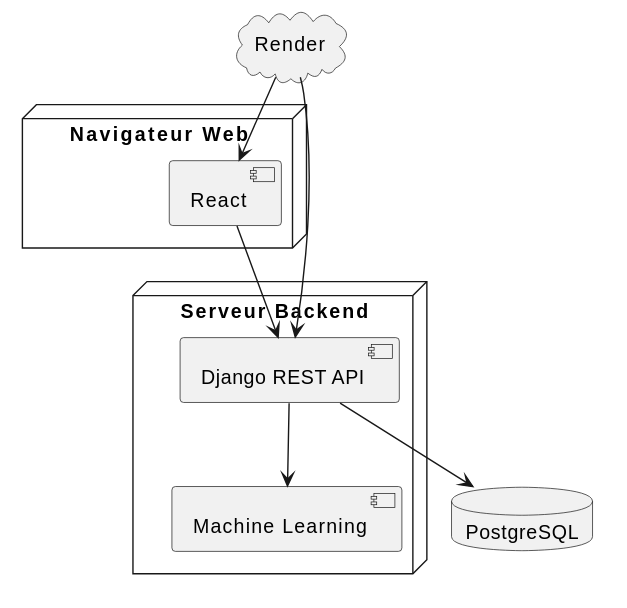
Above: docs/conception/uml/deployment.svg in dlouisesophie-debug/plateforme-fraude-bancaire (PlantUML), before the change.
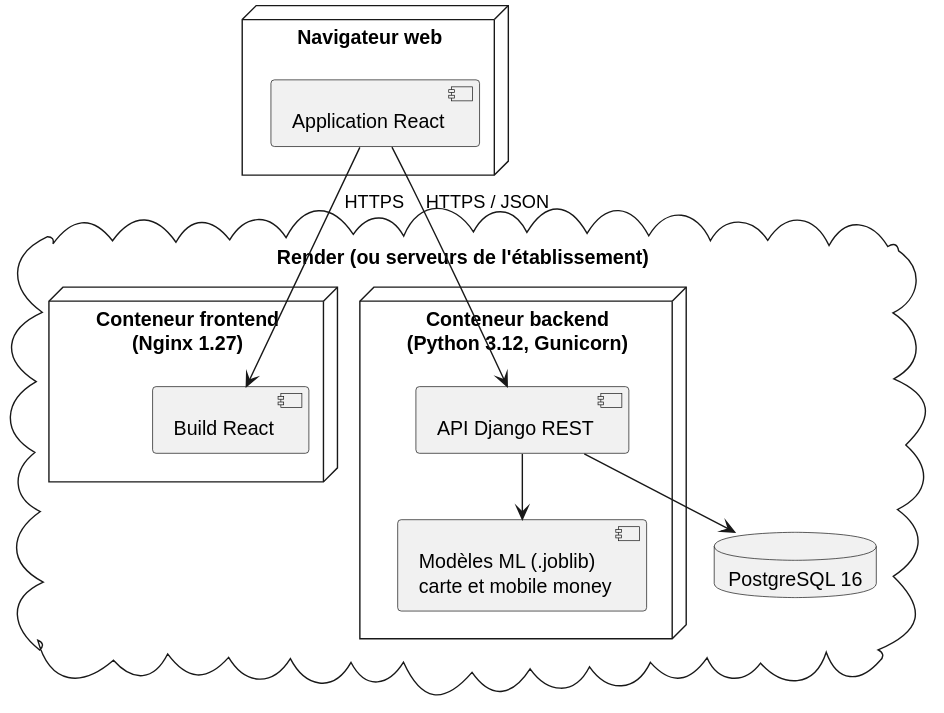
The same diagram one commit later.

Change to the diagram source:
```diff
@@ -1,29 +1,22 @@
 @startuml
-node "Navigateur Web" {
-
-component React
-
+!pragma layout smetana
+node "Navigateur web" {
+  component "Application React" as AppReact
 }
 
-node "Serveur Backend" {
-
-component "Django REST API"
-
-component "Machine Learning"
-
+cloud "Render (ou serveurs de l'établissement)" {
+  node "Conteneur frontend\n(Nginx 1.27)" {
+    component "Build React" as Build
+  }
+  node "Conteneur backend\n(Python 3.12, Gunicorn)" {
+    component "API Django REST" as API
+    component "Modèles ML (.joblib)\ncarte et mobile money" as Modeles
+  }
+  database "PostgreSQL 16" as DB
 }
 
-database PostgreSQL
-
-cloud Render
-
-React --> "Django REST API"
-
-"Django REST API" --> PostgreSQL
-
-"Django REST API" --> "Machine Learning"
-
-Render --> React
-
-Render --> "Django REST API"
+AppReact --> Build : HTTPS
+AppReact --> API : HTTPS / JSON
+API --> Modeles
+API --> DB
 @enduml
```
